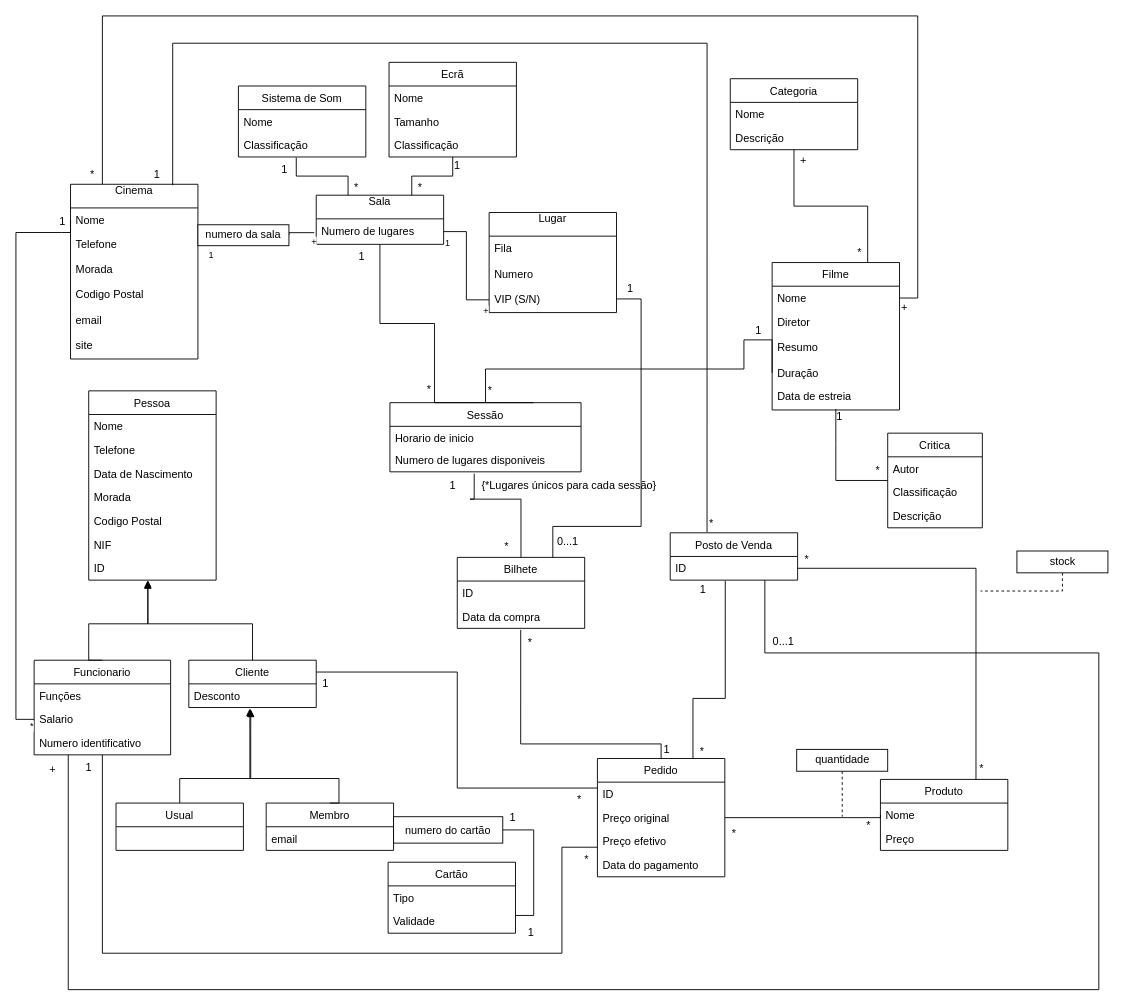
This is UML.drawio from GambuzX/Movie-Theater-DB, a draw.io file, before an edit. Source tidied: cells renumbered, new cells numbered last; positions are measured from the earlier drawing's top-left corner, leaving out a move shared by most shapes. Both pictures are drawn from the tidied source at 91%, with x=0, y=0 at pixel (15, 15).
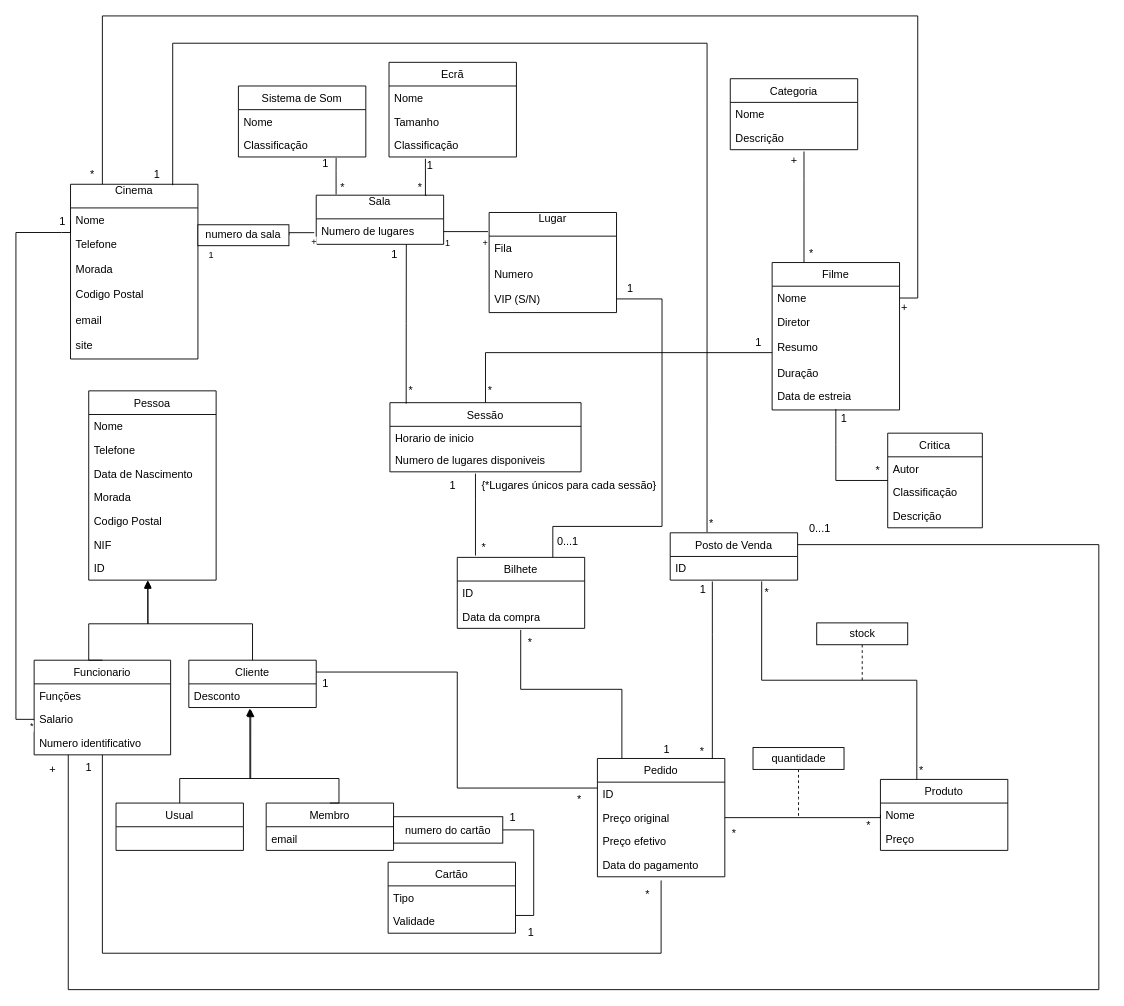
The same page after the edit.

Commit message:
More straight associations

Unchanged cells that the change refers to:
```xml
<mxCell id="13" value="Sala&#10;" style="swimlane;fontStyle=0;horizontal=1;startSize=26;fillColor=none;" parent="1" vertex="1">
  <mxGeometry x="330" y="197" width="140" height="54" as="geometry" />
</mxCell>
<mxCell id="14" value="Numero de lugares" style="text;strokeColor=none;fillColor=none;align=left;verticalAlign=top;spacingLeft=4;spacingRight=4;overflow=hidden;points=[[0,0.5],[1,0.5]];portConstraint=eastwest;" parent="13" vertex="1">
  <mxGeometry y="26" width="140" height="28" as="geometry" />
</mxCell>
<mxCell id="18" value="Lugar&#10;" style="swimlane;fontStyle=0;horizontal=1;startSize=26;fillColor=none;" parent="1" vertex="1">
  <mxGeometry x="520" y="216" width="140" height="110" as="geometry" />
</mxCell>
<mxCell id="21" value="VIP (S/N)" style="text;strokeColor=none;fillColor=none;align=left;verticalAlign=top;spacingLeft=4;spacingRight=4;overflow=hidden;points=[[0,0.5],[1,0.5]];portConstraint=eastwest;" parent="18" vertex="1">
  <mxGeometry y="82" width="140" height="28" as="geometry" />
</mxCell>
<mxCell id="35" value="Funcionario" style="swimlane;fontStyle=0;horizontal=1;startSize=26;fillColor=none;" parent="1" vertex="1">
  <mxGeometry x="20" y="708" width="150" height="104" as="geometry" />
</mxCell>
<mxCell id="54" value="Filme" style="swimlane;fontStyle=0;horizontal=1;startSize=26;fillColor=none;" parent="1" vertex="1">
  <mxGeometry x="831" y="271" width="140" height="162" as="geometry" />
</mxCell>
<mxCell id="58" value="Duração" style="text;strokeColor=none;fillColor=none;align=left;verticalAlign=top;spacingLeft=4;spacingRight=4;overflow=hidden;points=[[0,0.5],[1,0.5]];portConstraint=eastwest;" parent="54" vertex="1">
  <mxGeometry y="108" width="140" height="26" as="geometry" />
</mxCell>
<mxCell id="66" value="Sessão" style="swimlane;fontStyle=0;horizontal=1;startSize=26;fillColor=none;" parent="1" vertex="1">
  <mxGeometry x="411" y="425" width="210" height="76" as="geometry" />
</mxCell>
<mxCell id="68" value="Numero de lugares disponiveis" style="text;strokeColor=none;fillColor=none;align=left;verticalAlign=top;spacingLeft=4;spacingRight=4;overflow=hidden;points=[[0,0.5],[1,0.5]];portConstraint=eastwest;" parent="66" vertex="1">
  <mxGeometry y="50" width="210" height="26" as="geometry" />
</mxCell>
<mxCell id="70" value="Bilhete" style="swimlane;fontStyle=0;horizontal=1;startSize=26;fillColor=none;" parent="1" vertex="1">
  <mxGeometry x="485" y="595" width="140" height="78" as="geometry" />
</mxCell>
<mxCell id="72" value="Data da compra" style="text;strokeColor=none;fillColor=none;align=left;verticalAlign=top;spacingLeft=4;spacingRight=4;overflow=hidden;points=[[0,0.5],[1,0.5]];portConstraint=eastwest;" parent="70" vertex="1">
  <mxGeometry y="52" width="140" height="26" as="geometry" />
</mxCell>
<mxCell id="84" value="Pedido" style="swimlane;fontStyle=0;horizontal=1;startSize=26;fillColor=none;" parent="1" vertex="1">
  <mxGeometry x="639" y="816" width="140" height="130" as="geometry" />
</mxCell>
<mxCell id="90" value="Produto" style="swimlane;fontStyle=0;horizontal=1;startSize=26;fillColor=none;" parent="1" vertex="1">
  <mxGeometry x="950" y="839" width="140" height="78" as="geometry" />
</mxCell>
<mxCell id="105" value="Classificação" style="text;strokeColor=none;fillColor=none;align=left;verticalAlign=top;spacingLeft=4;spacingRight=4;overflow=hidden;points=[[0,0.5],[1,0.5]];portConstraint=eastwest;" parent="103" vertex="1">
  <mxGeometry y="52" width="140" height="26" as="geometry" />
</mxCell>
<mxCell id="106" value="Ecrã" style="swimlane;fontStyle=0;horizontal=1;startSize=26;fillColor=none;" parent="1" vertex="1">
  <mxGeometry x="410" y="51" width="140" height="104" as="geometry" />
</mxCell>
<mxCell id="112" value="Categoria" style="swimlane;fontStyle=0;horizontal=1;startSize=26;fillColor=none;" parent="1" vertex="1">
  <mxGeometry x="785" y="69" width="140" height="78" as="geometry" />
</mxCell>
<mxCell id="137" value="Posto de Venda" style="swimlane;fontStyle=0;horizontal=1;startSize=26;fillColor=none;" parent="1" vertex="1">
  <mxGeometry x="719" y="568" width="140" height="52" as="geometry" />
</mxCell>
<mxCell id="138" value="ID" style="text;strokeColor=none;fillColor=none;align=left;verticalAlign=top;spacingLeft=4;spacingRight=4;overflow=hidden;points=[[0,0.5],[1,0.5]];portConstraint=eastwest;" parent="137" vertex="1">
  <mxGeometry y="26" width="140" height="26" as="geometry" />
</mxCell>
<mxCell id="139" value="1" style="text;html=1;points=[];align=left;verticalAlign=top;spacingTop=-4;" parent="1" vertex="1">
  <mxGeometry x="750" y="621" width="20" height="20" as="geometry" />
</mxCell>
```

The edit, as a diff of the source:
```diff
@@
-    <mxCell id="11" style="edgeStyle=orthogonalEdgeStyle;rounded=0;jettySize=auto;html=1;exitX=0.25;exitY=0;exitDx=0;exitDy=0;entryX=0.454;entryY=1.026;entryDx=0;entryDy=0;entryPerimeter=0;endArrow=none;endFill=0;" parent="1" edge="1" source="13" target="105">
+    <mxCell id="11" style="edgeStyle=orthogonalEdgeStyle;rounded=0;jettySize=auto;html=1;exitX=0.156;exitY=-0.015;exitDx=0;exitDy=0;entryX=0.767;entryY=1.036;entryDx=0;entryDy=0;entryPerimeter=0;endArrow=none;endFill=0;exitPerimeter=0;" parent="1" edge="1" source="13" target="105">
       <mxGeometry relative="1" as="geometry">
         <Array as="points">
-          <mxPoint x="365" y="176" />
-          <mxPoint x="308" y="176" />
+          <mxPoint x="352" y="170" />
+          <mxPoint x="352" y="170" />
         </Array>
       </mxGeometry>
     </mxCell>
-    <mxCell id="12" style="edgeStyle=orthogonalEdgeStyle;rounded=0;jettySize=auto;html=1;exitX=0.75;exitY=0;exitDx=0;exitDy=0;entryX=0.5;entryY=1;entryDx=0;entryDy=0;endArrow=none;endFill=0;" parent="1" edge="1" source="13" target="106">
-      <mxGeometry relative="1" as="geometry" />
+    <mxCell id="12" style="edgeStyle=orthogonalEdgeStyle;rounded=0;jettySize=auto;html=1;exitX=0.865;exitY=0.005;exitDx=0;exitDy=0;endArrow=none;endFill=0;exitPerimeter=0;" parent="1" edge="1" source="13">
+      <mxGeometry relative="1" as="geometry">
+        <mxPoint x="450" y="157" as="targetPoint" />
+        <Array as="points">
+          <mxPoint x="450" y="197" />
+        </Array>
+      </mxGeometry>
     </mxCell>
@@
-    <mxCell id="22" style="endArrow=none;html=1;endSize=12;startArrow=none;startSize=14;startFill=0;edgeStyle=orthogonalEdgeStyle;exitX=1;exitY=0.5;exitDx=0;exitDy=0;rounded=0;endFill=0;" parent="1" edge="1" source="14" target="21">
+    <mxCell id="22" style="endArrow=none;html=1;endSize=12;startArrow=none;startSize=14;startFill=0;edgeStyle=orthogonalEdgeStyle;exitX=1;exitY=0.5;exitDx=0;exitDy=0;rounded=0;endFill=0;entryX=-0.009;entryY=0.191;entryDx=0;entryDy=0;entryPerimeter=0;" parent="1" edge="1" source="14" target="18">
       <mxGeometry relative="1" as="geometry" />
     </mxCell>
@@
-    <mxCell id="33" style="edgeStyle=orthogonalEdgeStyle;rounded=0;jettySize=auto;html=1;exitX=0.5;exitY=1;exitDx=0;exitDy=0;endArrow=none;endFill=0;entryX=0;entryY=0.75;entryDx=0;entryDy=0;" parent="1" edge="1" source="35" target="84">
+    <mxCell id="33" style="edgeStyle=orthogonalEdgeStyle;rounded=0;jettySize=auto;html=1;exitX=0.5;exitY=1;exitDx=0;exitDy=0;endArrow=none;endFill=0;" parent="1" edge="1" source="35">
       <mxGeometry relative="1" as="geometry">
+        <mxPoint x="709" y="950" as="targetPoint" />
         <Array as="points">
           <mxPoint x="95" y="1030" />
-          <mxPoint x="600" y="1030" />
-          <mxPoint x="600" y="914" />
+          <mxPoint x="709" y="1030" />
         </Array>
       </mxGeometry>
     </mxCell>
-    <mxCell id="34" style="edgeStyle=orthogonalEdgeStyle;rounded=0;jettySize=auto;html=1;exitX=0.25;exitY=1;exitDx=0;exitDy=0;endArrow=none;endFill=0;entryX=0.743;entryY=1;entryDx=0;entryDy=0;entryPerimeter=0;" parent="1" edge="1" source="35" target="138">
+    <mxCell id="34" style="edgeStyle=orthogonalEdgeStyle;rounded=0;jettySize=auto;html=1;exitX=0.25;exitY=1;exitDx=0;exitDy=0;endArrow=none;endFill=0;entryX=1;entryY=0.25;entryDx=0;entryDy=0;" parent="1" edge="1" source="35" target="137">
       <mxGeometry relative="1" as="geometry">
         <Array as="points">
-          <mxPoint x="58" y="1070" />
+          <mxPoint x="57" y="1070" />
           <mxPoint x="1190" y="1070" />
-          <mxPoint x="1190" y="700" />
-          <mxPoint x="823" y="700" />
+          <mxPoint x="1190" y="581" />
         </Array>
       </mxGeometry>
     </mxCell>
@@
-    <mxCell id="53" style="edgeStyle=orthogonalEdgeStyle;rounded=0;jettySize=auto;html=1;exitX=0.75;exitY=0;exitDx=0;exitDy=0;entryX=0.5;entryY=1;entryDx=0;entryDy=0;endArrow=none;endFill=0;" parent="1" edge="1" source="54" target="112">
-      <mxGeometry relative="1" as="geometry" />
+    <mxCell id="53" style="edgeStyle=orthogonalEdgeStyle;rounded=0;jettySize=auto;html=1;exitX=0.25;exitY=0;exitDx=0;exitDy=0;endArrow=none;endFill=0;" parent="1" edge="1" source="54">
+      <mxGeometry relative="1" as="geometry">
+        <mxPoint x="866" y="149" as="targetPoint" />
+        <Array as="points">
+          <mxPoint x="866" y="180" />
+        </Array>
+      </mxGeometry>
     </mxCell>
@@
-    <mxCell id="64" style="edgeStyle=orthogonalEdgeStyle;rounded=0;jettySize=auto;html=1;exitX=0.75;exitY=0;exitDx=0;exitDy=0;entryX=0;entryY=0.5;entryDx=0;entryDy=0;startArrow=none;startFill=0;sourcePerimeterSpacing=-1;endArrow=none;endFill=0;targetPerimeterSpacing=0;" parent="1" edge="1" source="66" target="58">
+    <mxCell id="64" style="edgeStyle=orthogonalEdgeStyle;rounded=0;jettySize=auto;html=1;exitX=0.5;exitY=0;exitDx=0;exitDy=0;startArrow=none;startFill=0;sourcePerimeterSpacing=-1;endArrow=none;endFill=0;targetPerimeterSpacing=0;" parent="1" edge="1" source="66">
       <mxGeometry relative="1" as="geometry">
+        <mxPoint x="831" y="370" as="targetPoint" />
         <Array as="points">
-          <mxPoint x="516" y="388" />
-          <mxPoint x="800" y="388" />
-          <mxPoint x="800" y="356" />
-          <mxPoint x="831" y="356" />
+          <mxPoint x="516" y="370" />
         </Array>
       </mxGeometry>
     </mxCell>
-    <mxCell id="65" style="edgeStyle=orthogonalEdgeStyle;rounded=0;jettySize=auto;html=1;exitX=0.5;exitY=0;exitDx=0;exitDy=0;entryX=0.5;entryY=1;entryDx=0;entryDy=0;endArrow=none;endFill=0;" parent="1" edge="1" source="66" target="13">
+    <mxCell id="65" style="edgeStyle=orthogonalEdgeStyle;rounded=0;jettySize=auto;html=1;exitX=0.085;exitY=0.014;exitDx=0;exitDy=0;endArrow=none;endFill=0;exitPerimeter=0;" parent="1" edge="1" source="66">
       <mxGeometry relative="1" as="geometry">
+        <mxPoint x="429" y="251" as="targetPoint" />
         <Array as="points">
-          <mxPoint x="460" y="425" />
-          <mxPoint x="460" y="338" />
-          <mxPoint x="400" y="338" />
+          <mxPoint x="429" y="338" />
+          <mxPoint x="429" y="251" />
         </Array>
       </mxGeometry>
     </mxCell>
@@
     <mxCell id="69" style="edgeStyle=orthogonalEdgeStyle;rounded=0;jettySize=auto;html=1;exitX=0.75;exitY=0;exitDx=0;exitDy=0;endArrow=none;endFill=0;" parent="1" edge="1" source="70" target="21">
       <mxGeometry relative="1" as="geometry">
         <Array as="points">
-          <mxPoint x="687" y="561" />
-          <mxPoint x="687" y="311" />
+          <mxPoint x="590" y="561" />
+          <mxPoint x="710" y="561" />
+          <mxPoint x="710" y="311" />
         </Array>
       </mxGeometry>
     </mxCell>
@@
-    <mxCell id="73" style="edgeStyle=orthogonalEdgeStyle;rounded=0;jettySize=auto;html=1;entryX=0.5;entryY=0;entryDx=0;entryDy=0;startArrow=none;startFill=0;sourcePerimeterSpacing=-1;endArrow=none;endFill=0;targetPerimeterSpacing=0;exitX=0.441;exitY=1.076;exitDx=0;exitDy=0;exitPerimeter=0;" parent="1" edge="1" source="68" target="70">
+    <mxCell id="73" style="edgeStyle=orthogonalEdgeStyle;rounded=0;orthogonalLoop=1;jettySize=auto;html=1;startArrow=none;startFill=0;sourcePerimeterSpacing=-1;endArrow=none;endFill=0;targetPerimeterSpacing=0;" parent="1" edge="1">
       <mxGeometry relative="1" as="geometry">
+        <mxPoint x="505" y="503" as="sourcePoint" />
+        <mxPoint x="505" y="593" as="targetPoint" />
         <Array as="points">
-          <mxPoint x="499" y="531" />
-          <mxPoint x="640" y="531" />
+          <mxPoint x="505" y="531" />
+          <mxPoint x="505" y="531" />
         </Array>
       </mxGeometry>
     </mxCell>
@@
     <mxCell id="75" value="*" style="text;html=1;align=left;verticalAlign=top;spacingTop=-4;" parent="1" vertex="1">
-      <mxGeometry x="535" y="573" width="20" height="20" as="geometry" />
+      <mxGeometry x="510" y="574" width="20" height="20" as="geometry" />
     </mxCell>
@@
     <mxCell id="78" value="*" style="text;html=1;align=left;verticalAlign=top;spacingTop=-4;" parent="1" vertex="1">
-      <mxGeometry x="450" y="401" width="20" height="20" as="geometry" />
+      <mxGeometry x="430" y="402" width="20" height="20" as="geometry" />
     </mxCell>
     <mxCell id="79" value="1" style="text;html=1;align=left;verticalAlign=top;spacingTop=-4;" parent="1" vertex="1">
-      <mxGeometry x="374.5" y="255" width="20" height="20" as="geometry" />
+      <mxGeometry x="411" y="252.5" width="20" height="20" as="geometry" />
     </mxCell>
     <mxCell id="80" style="edgeStyle=orthogonalEdgeStyle;rounded=0;jettySize=auto;html=1;exitX=0.5;exitY=1;exitDx=0;exitDy=0;endArrow=none;endFill=0;dashed=1;" parent="1" edge="1" source="81">
       <mxGeometry relative="1" as="geometry">
-        <mxPoint x="908" y="880" as="targetPoint" />
+        <mxPoint x="860" y="880" as="targetPoint" />
+        <Array as="points">
+          <mxPoint x="860" y="860" />
+          <mxPoint x="860" y="860" />
+        </Array>
       </mxGeometry>
     </mxCell>
     <mxCell id="81" value="quantidade" style="html=1;" parent="1" vertex="1">
-      <mxGeometry x="858" y="806" width="100" height="24" as="geometry" />
+      <mxGeometry x="810" y="804" width="100" height="24" as="geometry" />
     </mxCell>
-    <mxCell id="82" style="edgeStyle=orthogonalEdgeStyle;rounded=0;jettySize=auto;html=1;exitX=0.5;exitY=0;exitDx=0;exitDy=0;entryX=0.498;entryY=1.066;entryDx=0;entryDy=0;entryPerimeter=0;endArrow=none;endFill=0;" parent="1" edge="1" source="84" target="72">
+    <mxCell id="82" style="edgeStyle=orthogonalEdgeStyle;rounded=0;jettySize=auto;html=1;exitX=0.192;exitY=-0.003;exitDx=0;exitDy=0;entryX=0.498;entryY=1.066;entryDx=0;entryDy=0;entryPerimeter=0;endArrow=none;endFill=0;exitPerimeter=0;" parent="1" edge="1" source="84" target="72">
       <mxGeometry relative="1" as="geometry">
         <Array as="points">
-          <mxPoint x="709" y="800" />
-          <mxPoint x="555" y="800" />
+          <mxPoint x="666" y="740" />
+          <mxPoint x="555" y="740" />
         </Array>
       </mxGeometry>
     </mxCell>
-    <mxCell id="83" style="edgeStyle=orthogonalEdgeStyle;rounded=0;jettySize=auto;html=1;exitX=0.75;exitY=0;exitDx=0;exitDy=0;endArrow=none;endFill=0;entryX=0.432;entryY=1.033;entryDx=0;entryDy=0;entryPerimeter=0;" parent="1" edge="1" source="84" target="138">
+    <mxCell id="83" style="edgeStyle=orthogonalEdgeStyle;rounded=0;jettySize=auto;html=1;exitX=0.902;exitY=0.004;exitDx=0;exitDy=0;endArrow=none;endFill=0;entryX=0.764;entryY=0.023;entryDx=0;entryDy=0;entryPerimeter=0;exitPerimeter=0;" parent="1" edge="1" source="84" target="139">
       <mxGeometry relative="1" as="geometry">
         <Array as="points">
-          <mxPoint x="744" y="750" />
-          <mxPoint x="779" y="750" />
+          <mxPoint x="765" y="680" />
+          <mxPoint x="765" y="680" />
         </Array>
       </mxGeometry>
     </mxCell>
@@
     <mxCell id="94" value="*" style="text;html=1;align=left;verticalAlign=top;spacingTop=-4;" parent="1" vertex="1">
-      <mxGeometry x="623" y="917" width="20" height="20" as="geometry" />
+      <mxGeometry x="690" y="956" width="20" height="20" as="geometry" />
     </mxCell>
@@
     <mxCell id="99" value="1" style="text;html=1;align=left;verticalAlign=top;spacingTop=-4;" parent="1" vertex="1">
-      <mxGeometry x="811" y="336" width="20" height="20" as="geometry" />
+      <mxGeometry x="811" y="349" width="20" height="20" as="geometry" />
     </mxCell>
     <mxCell id="100" value="1" style="text;html=1;align=left;verticalAlign=top;spacingTop=-4;" parent="1" vertex="1">
-      <mxGeometry x="900" y="431" width="20" height="20" as="geometry" />
+      <mxGeometry x="905" y="433" width="20" height="20" as="geometry" />
     </mxCell>
@@
     <mxCell id="115" value="+" style="text;html=1;align=left;verticalAlign=top;spacingTop=-4;" parent="1" vertex="1">
-      <mxGeometry x="860" y="149" width="30" height="20" as="geometry" />
+      <mxGeometry x="850" y="149" width="30" height="20" as="geometry" />
     </mxCell>
     <mxCell id="116" value="*" style="text;html=1;align=left;verticalAlign=top;spacingTop=-4;" parent="1" vertex="1">
-      <mxGeometry x="923" y="250" width="20" height="20" as="geometry" />
+      <mxGeometry x="870" y="251" width="20" height="20" as="geometry" />
     </mxCell>
@@
     <mxCell id="125" value="1" style="text;html=1;align=left;verticalAlign=top;spacingTop=-4;" parent="1" vertex="1">
-      <mxGeometry x="290" y="159" width="20" height="20" as="geometry" />
+      <mxGeometry x="335" y="153" width="20" height="20" as="geometry" />
     </mxCell>
     <mxCell id="126" value="*" style="text;html=1;align=left;verticalAlign=top;spacingTop=-4;" parent="1" vertex="1">
-      <mxGeometry x="370" y="179" width="20" height="20" as="geometry" />
+      <mxGeometry x="354.5" y="179" width="20" height="20" as="geometry" />
     </mxCell>
@@
     <mxCell id="128" value="1" style="text;html=1;align=left;verticalAlign=top;spacingTop=-4;" parent="1" vertex="1">
-      <mxGeometry x="480" y="155" width="20" height="20" as="geometry" />
+      <mxGeometry x="450" y="155" width="20" height="20" as="geometry" />
     </mxCell>
@@
     <mxCell id="135" value="0...1" style="text;html=1;align=left;verticalAlign=top;spacingTop=-4;" parent="1" vertex="1">
-      <mxGeometry x="830" y="678" width="40" height="20" as="geometry" />
+      <mxGeometry x="870" y="554" width="40" height="20" as="geometry" />
     </mxCell>
-    <mxCell id="136" style="edgeStyle=orthogonalEdgeStyle;rounded=0;jettySize=auto;html=1;exitX=1;exitY=0.75;exitDx=0;exitDy=0;entryX=0.75;entryY=0;entryDx=0;entryDy=0;endArrow=none;endFill=0;" parent="1" edge="1" source="137" target="90">
-      <mxGeometry relative="1" as="geometry" />
+    <mxCell id="136" style="edgeStyle=orthogonalEdgeStyle;rounded=0;jettySize=auto;html=1;exitX=0.718;exitY=1.054;exitDx=0;exitDy=0;endArrow=none;endFill=0;exitPerimeter=0;" parent="1" edge="1" source="138">
+      <mxGeometry relative="1" as="geometry">
+        <mxPoint x="990" y="839" as="targetPoint" />
+        <Array as="points">
+          <mxPoint x="820" y="730" />
+          <mxPoint x="990" y="730" />
+          <mxPoint x="990" y="839" />
+        </Array>
+      </mxGeometry>
     </mxCell>
@@
     <mxCell id="141" value="*" style="text;html=1;align=left;verticalAlign=top;spacingTop=-4;" parent="1" vertex="1">
-      <mxGeometry x="865" y="588" width="20" height="20" as="geometry" />
+      <mxGeometry x="821" y="624" width="20" height="20" as="geometry" />
     </mxCell>
     <mxCell id="142" value="*" style="text;html=1;align=left;verticalAlign=top;spacingTop=-4;" parent="1" vertex="1">
-      <mxGeometry x="1057" y="817" width="20" height="20" as="geometry" />
+      <mxGeometry x="991" y="819" width="20" height="20" as="geometry" />
     </mxCell>
-    <mxCell id="143" style="edgeStyle=orthogonalEdgeStyle;rounded=0;jettySize=auto;html=1;exitX=0.5;exitY=1;exitDx=0;exitDy=0;endArrow=none;endFill=0;dashed=1;" parent="1" edge="1" source="144">
+    <mxCell id="143" style="edgeStyle=orthogonalEdgeStyle;rounded=0;jettySize=auto;html=1;endArrow=none;endFill=0;dashed=1;exitX=0.5;exitY=1;exitDx=0;exitDy=0;" parent="1" edge="1" source="144">
       <mxGeometry relative="1" as="geometry">
-        <mxPoint x="1060" y="632" as="targetPoint" />
+        <mxPoint x="930" y="730" as="targetPoint" />
         <Array as="points">
-          <mxPoint x="1150" y="632" />
+          <mxPoint x="930" y="710" />
+          <mxPoint x="930" y="710" />
         </Array>
       </mxGeometry>
     </mxCell>
     <mxCell id="144" value="stock" style="html=1;" parent="1" vertex="1">
-      <mxGeometry x="1100" y="588" width="100" height="24" as="geometry" />
+      <mxGeometry x="880" y="667" width="100" height="24" as="geometry" />
     </mxCell>
```
